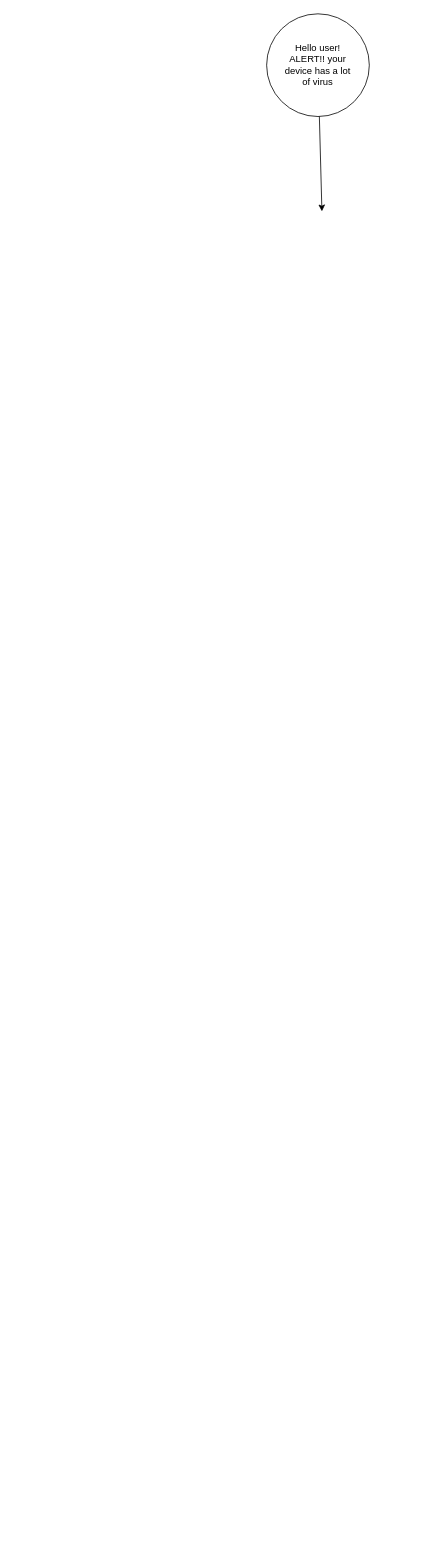
Before: Untitled Diagram.drawio in ASDAH-Digtal/bible-quiz-python-Tekudi-snarts, a draw.io diagram. Source tidied: cells renumbered, new cells numbered last; positions are measured from the earlier drawing's top-left corner, leaving out a move shared by most shapes. Both pictures are drawn from the tidied source at 79%, with x=0, y=0 at pixel (266, 13).
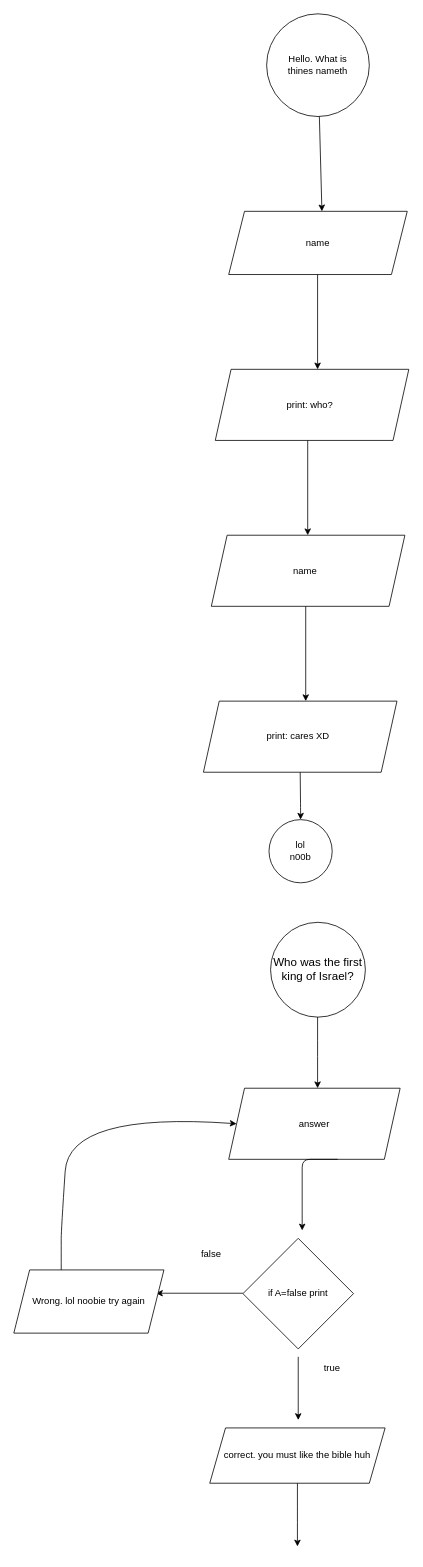
The same page after the edit.

Diff of the diagram source:
```diff
@@
-    <mxCell id="3" value="Hello user! ALERT!! your device has a lot of virus" style="text;html=1;strokeColor=none;fillColor=none;align=center;verticalAlign=middle;whiteSpace=wrap;rounded=0;" parent="1" vertex="1">
+    <mxCell id="3" value="Hello. What is thines nameth" style="text;html=1;strokeColor=none;fillColor=none;align=center;verticalAlign=middle;whiteSpace=wrap;rounded=0;" parent="1" vertex="1">
       <mxGeometry x="20" y="30" width="90" height="70" as="geometry" />
     </mxCell>
@@
+    <mxCell id="5" value="name" style="shape=parallelogram;perimeter=parallelogramPerimeter;whiteSpace=wrap;html=1;fixedSize=1;" parent="1" vertex="1">
+      <mxGeometry x="-48" y="250" width="226" height="80" as="geometry" />
+    </mxCell>
+    <mxCell id="6" style="endArrow=classic;html=1;" parent="1" edge="1">
+      <mxGeometry relative="1" as="geometry">
+        <mxPoint x="64.5" y="330" as="sourcePoint" />
+        <mxPoint x="64.5" y="450" as="targetPoint" />
+      </mxGeometry>
+    </mxCell>
+    <mxCell id="7" style="shape=parallelogram;perimeter=parallelogramPerimeter;whiteSpace=wrap;html=1;fixedSize=1;" parent="1" vertex="1">
+      <mxGeometry x="-65" y="450" width="245" height="90" as="geometry" />
+    </mxCell>
+    <mxCell id="8" value="print: who?" style="text;html=1;strokeColor=none;fillColor=none;align=center;verticalAlign=middle;whiteSpace=wrap;rounded=0;" parent="1" vertex="1">
+      <mxGeometry x="-40" y="460" width="190" height="70" as="geometry" />
+    </mxCell>
+    <mxCell id="9" style="shape=parallelogram;perimeter=parallelogramPerimeter;whiteSpace=wrap;html=1;fixedSize=1;" parent="1" vertex="1">
+      <mxGeometry x="-70" y="660" width="245" height="90" as="geometry" />
+    </mxCell>
+    <mxCell id="10" value="name" style="text;html=1;strokeColor=none;fillColor=none;align=center;verticalAlign=middle;whiteSpace=wrap;rounded=0;" parent="1" vertex="1">
+      <mxGeometry x="-50" y="670" width="198" height="70" as="geometry" />
+    </mxCell>
+    <mxCell id="11" style="endArrow=classic;html=1;" parent="1" edge="1">
+      <mxGeometry relative="1" as="geometry">
+        <mxPoint x="52" y="540" as="sourcePoint" />
+        <mxPoint x="52" y="660" as="targetPoint" />
+      </mxGeometry>
+    </mxCell>
+    <mxCell id="12" style="endArrow=classic;html=1;" parent="1" edge="1">
+      <mxGeometry relative="1" as="geometry">
+        <mxPoint x="49.5" y="750" as="sourcePoint" />
+        <mxPoint x="49.5" y="870" as="targetPoint" />
+      </mxGeometry>
+    </mxCell>
+    <mxCell id="13" style="shape=parallelogram;perimeter=parallelogramPerimeter;whiteSpace=wrap;html=1;fixedSize=1;" parent="1" vertex="1">
+      <mxGeometry x="-80" y="870" width="245" height="90" as="geometry" />
+    </mxCell>
+    <mxCell id="14" value="print: cares XD" style="text;html=1;strokeColor=none;fillColor=none;align=center;verticalAlign=middle;whiteSpace=wrap;rounded=0;" parent="1" vertex="1">
+      <mxGeometry x="-55" y="880" width="190" height="70" as="geometry" />
+    </mxCell>
+    <mxCell id="15" style="ellipse;whiteSpace=wrap;html=1;" parent="1" vertex="1">
+      <mxGeometry x="3" y="1020" width="80" height="80" as="geometry" />
+    </mxCell>
+    <mxCell id="16" style="endArrow=classic;html=1;" parent="1" edge="1">
+      <mxGeometry relative="1" as="geometry">
+        <mxPoint x="42.5" y="960" as="sourcePoint" />
+        <mxPoint x="43" y="1020" as="targetPoint" />
+        <Array as="points">
+          <mxPoint x="43" y="1010" />
+        </Array>
+      </mxGeometry>
+    </mxCell>
+    <mxCell id="17" value="lol n00b" style="text;html=1;strokeColor=none;fillColor=none;align=center;verticalAlign=middle;whiteSpace=wrap;rounded=0;" parent="1" vertex="1">
+      <mxGeometry x="23" y="1050" width="40" height="20" as="geometry" />
+    </mxCell>
+    <mxCell id="18" value="&lt;span class=&quot;NormalTextRun SCXW222344965 BCX0&quot; style=&quot;margin: 0px ; padding: 0px ; font-family: &amp;#34;calibri&amp;#34; , &amp;#34;calibri_embeddedfont&amp;#34; , &amp;#34;calibri_msfontservice&amp;#34; , sans-serif ; font-size: 14.6667px ; text-align: left ; background-color: rgb(255 , 255 , 255)&quot;&gt;Who was the first king of&amp;nbsp;&lt;/span&gt;&lt;span class=&quot;NormalTextRun SpellingErrorV2 SCXW222344965 BCX0&quot; style=&quot;margin: 0px ; padding: 0px ; background-repeat: repeat-x ; background-position: left bottom ; border-bottom: 1px solid transparent ; font-family: &amp;#34;calibri&amp;#34; , &amp;#34;calibri_embeddedfont&amp;#34; , &amp;#34;calibri_msfontservice&amp;#34; , sans-serif ; font-size: 14.6667px ; text-align: left ; background-color: rgb(255 , 255 , 255)&quot;&gt;Israel&lt;/span&gt;&lt;span class=&quot;NormalTextRun SCXW222344965 BCX0&quot; style=&quot;margin: 0px ; padding: 0px ; font-family: &amp;#34;calibri&amp;#34; , &amp;#34;calibri_embeddedfont&amp;#34; , &amp;#34;calibri_msfontservice&amp;#34; , sans-serif ; font-size: 14.6667px ; text-align: left ; background-color: rgb(255 , 255 , 255)&quot;&gt;?&lt;/span&gt;" style="ellipse;whiteSpace=wrap;html=1;" parent="1" vertex="1">
+      <mxGeometry x="5" y="1150" width="120" height="120" as="geometry" />
+    </mxCell>
+    <mxCell id="19" style="endArrow=classic;html=1;" parent="1" edge="1">
+      <mxGeometry relative="1" as="geometry">
+        <mxPoint x="64.5" y="1270" as="sourcePoint" />
+        <mxPoint x="64.5" y="1360" as="targetPoint" />
+        <Array as="points">
+          <mxPoint x="64.5" y="1310" />
+        </Array>
+      </mxGeometry>
+    </mxCell>
+    <mxCell id="20" value="answer" style="shape=parallelogram;perimeter=parallelogramPerimeter;whiteSpace=wrap;html=1;fixedSize=1;" parent="1" vertex="1">
+      <mxGeometry x="-48" y="1360" width="217" height="90" as="geometry" />
+    </mxCell>
+    <mxCell id="21" style="endArrow=classic;html=1;" parent="1" edge="1">
+      <mxGeometry relative="1" as="geometry">
+        <mxPoint x="-30" y="1619.5" as="sourcePoint" />
+        <mxPoint x="-140" y="1619.5" as="targetPoint" />
+      </mxGeometry>
+    </mxCell>
+    <mxCell id="22" style="endArrow=classic;html=1;" parent="1" edge="1">
+      <mxGeometry relative="1" as="geometry">
+        <mxPoint x="90" y="1450" as="sourcePoint" />
+        <mxPoint x="45" y="1540" as="targetPoint" />
+        <Array as="points">
+          <mxPoint x="45" y="1450" />
+        </Array>
+      </mxGeometry>
+    </mxCell>
+    <mxCell id="23" value="if A=false print" style="rhombus;whiteSpace=wrap;html=1;" parent="1" vertex="1">
+      <mxGeometry x="-30" y="1550" width="140" height="140" as="geometry" />
+    </mxCell>
+    <mxCell id="24" style="endArrow=classic;html=1;" parent="1" edge="1">
+      <mxGeometry relative="1" as="geometry">
+        <mxPoint x="40" y="1700" as="sourcePoint" />
+        <mxPoint x="40" y="1780" as="targetPoint" />
+      </mxGeometry>
+    </mxCell>
+    <mxCell id="25" value="true" style="text;html=1;strokeColor=none;fillColor=none;align=center;verticalAlign=middle;whiteSpace=wrap;rounded=0;" parent="1" vertex="1">
+      <mxGeometry x="63" y="1704" width="40" height="20" as="geometry" />
+    </mxCell>
+    <mxCell id="26" value="false" style="text;html=1;strokeColor=none;fillColor=none;align=center;verticalAlign=middle;whiteSpace=wrap;rounded=0;" parent="1" vertex="1">
+      <mxGeometry x="-90" y="1560" width="40" height="20" as="geometry" />
+    </mxCell>
+    <mxCell id="27" value="correct. you must like the bible huh" style="shape=parallelogram;perimeter=parallelogramPerimeter;whiteSpace=wrap;html=1;fixedSize=1;" parent="1" vertex="1">
+      <mxGeometry x="-72" y="1790" width="222" height="70" as="geometry" />
+    </mxCell>
+    <mxCell id="28" value="Wrong. lol noobie try again" style="shape=parallelogram;perimeter=parallelogramPerimeter;whiteSpace=wrap;html=1;fixedSize=1;" parent="1" vertex="1">
+      <mxGeometry x="-320" y="1590" width="190" height="80" as="geometry" />
+    </mxCell>
+    <mxCell id="29" style="curved=1;endArrow=classic;html=1;entryX=0;entryY=0.5;entryDx=0;entryDy=0;" parent="1" edge="1" target="20">
+      <mxGeometry relative="1" as="geometry">
+        <mxPoint x="-260" y="1590" as="sourcePoint" />
+        <Array as="points">
+          <mxPoint x="-260" y="1570" />
+          <mxPoint x="-260" y="1560" />
+          <mxPoint x="-260" y="1540" />
+          <mxPoint x="-250" y="1390" />
+        </Array>
+      </mxGeometry>
+    </mxCell>
+    <mxCell id="30" style="endArrow=classic;html=1;exitX=0.5;exitY=1;exitDx=0;exitDy=0;" parent="1" edge="1" source="27">
+      <mxGeometry relative="1" as="geometry">
+        <mxPoint x="39" y="1940" as="targetPoint" />
+        <Array as="points">
+          <mxPoint x="39" y="1900" />
+        </Array>
+      </mxGeometry>
+    </mxCell>
```
